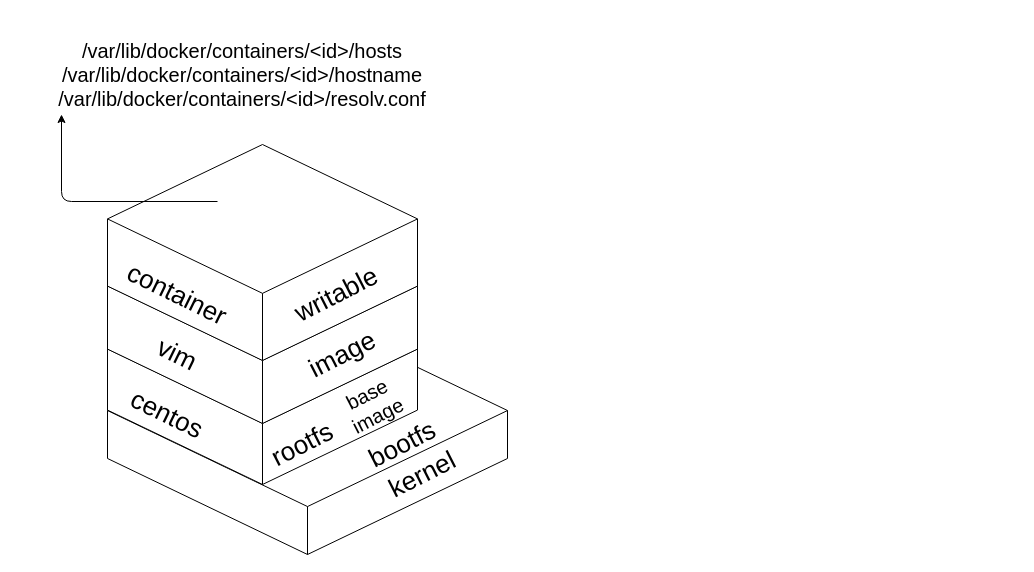
Above: flow chart/Untitled Diagram.drawio in BraveLoveEric/Docker-struct (draw.io), before the change. Source tidied: cells renumbered, new cells numbered last; positions are measured from the earlier drawing's top-left corner, leaving out a move shared by most shapes. Both pictures are drawn from the tidied source at 100%, with x=0, y=0 at pixel (17, 34).
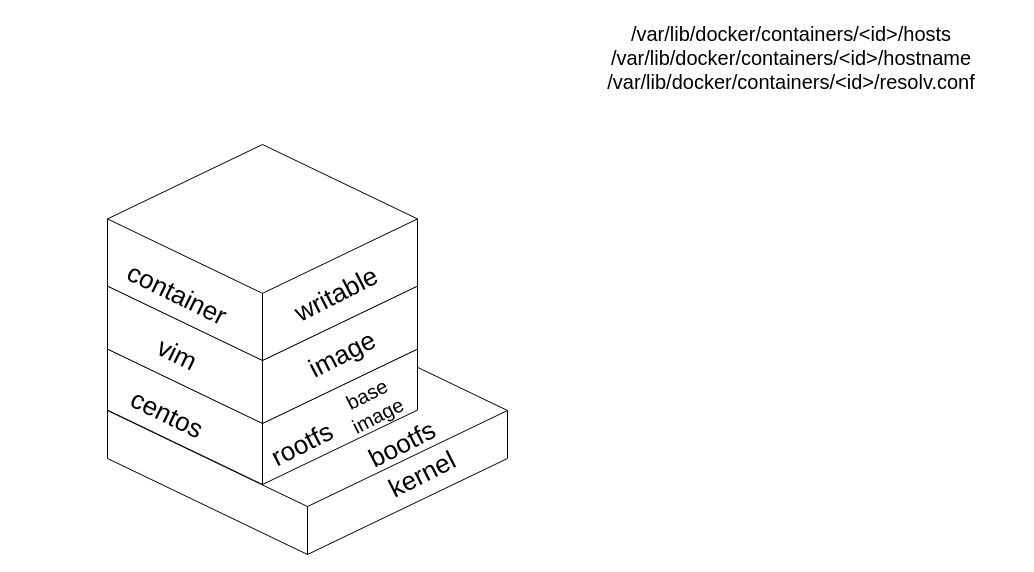
The same page after the edit.

What changed in the source:
```diff
@@
 <mxGraphModel>
   <root>
     <mxCell id="0" />
     <mxCell id="1" parent="0" />
     <mxCell id="2" style="whiteSpace=wrap;html=1;shape=mxgraph.basic.isocube;isoAngle=15;rotation=0;" parent="1" vertex="1">
       <mxGeometry x="90" y="280" width="400" height="240" as="geometry" />
     </mxCell>
     <mxCell id="3" style="whiteSpace=wrap;html=1;shape=mxgraph.basic.isocube;isoAngle=15;" parent="1" vertex="1">
       <mxGeometry x="90" y="240" width="310" height="210" as="geometry" />
     </mxCell>
     <mxCell id="4" value="kernel" style="text;html=1;strokeColor=none;fillColor=none;align=center;verticalAlign=middle;whiteSpace=wrap;rounded=0;rotation=333;fontSize=26;" parent="1" vertex="1">
       <mxGeometry x="370" y="430" width="70" height="20" as="geometry" />
     </mxCell>
     <mxCell id="5" value="bootfs" style="text;html=1;strokeColor=none;fillColor=none;align=center;verticalAlign=middle;whiteSpace=wrap;rounded=0;rotation=333;fontSize=26;" parent="1" vertex="1">
       <mxGeometry x="350" y="400" width="70" height="20" as="geometry" />
     </mxCell>
     <mxCell id="6" value="centos" style="text;html=1;strokeColor=none;fillColor=none;align=center;verticalAlign=middle;whiteSpace=wrap;rounded=0;fontSize=26;rotation=26;" parent="1" vertex="1">
       <mxGeometry x="110" y="370" width="80" height="20" as="geometry" />
     </mxCell>
     <mxCell id="7" style="whiteSpace=wrap;html=1;shape=mxgraph.basic.isocube;isoAngle=15;" parent="1" vertex="1">
       <mxGeometry x="90" y="177" width="310" height="212" as="geometry" />
     </mxCell>
     <mxCell id="8" style="whiteSpace=wrap;html=1;shape=mxgraph.basic.isocube;isoAngle=15;" parent="1" vertex="1">
       <mxGeometry x="90" y="110" width="310" height="216" as="geometry" />
     </mxCell>
     <mxCell id="9" value="vim" style="text;html=1;strokeColor=none;fillColor=none;align=center;verticalAlign=middle;whiteSpace=wrap;rounded=0;fontSize=26;rotation=26;" parent="1" vertex="1">
       <mxGeometry x="120" y="310" width="80" height="20" as="geometry" />
     </mxCell>
     <mxCell id="10" value="container" style="text;html=1;strokeColor=none;fillColor=none;align=center;verticalAlign=middle;whiteSpace=wrap;rounded=0;fontSize=26;rotation=26;" parent="1" vertex="1">
       <mxGeometry x="120" y="250" width="80" height="20" as="geometry" />
     </mxCell>
     <mxCell id="11" value="rootfs" style="text;html=1;strokeColor=none;fillColor=none;align=center;verticalAlign=middle;whiteSpace=wrap;rounded=0;rotation=333;fontSize=26;" parent="1" vertex="1">
       <mxGeometry x="250" y="400" width="70" height="20" as="geometry" />
     </mxCell>
     <mxCell id="12" value="image" style="text;html=1;strokeColor=none;fillColor=none;align=center;verticalAlign=middle;whiteSpace=wrap;rounded=0;rotation=333;fontSize=26;" parent="1" vertex="1">
       <mxGeometry x="290" y="310" width="70" height="20" as="geometry" />
     </mxCell>
     <mxCell id="13" value="writable" style="text;html=1;strokeColor=none;fillColor=none;align=center;verticalAlign=middle;whiteSpace=wrap;rounded=0;rotation=333;fontSize=26;" parent="1" vertex="1">
       <mxGeometry x="284" y="250" width="70" height="20" as="geometry" />
     </mxCell>
     <mxCell id="14" value="base image" style="text;html=1;strokeColor=none;fillColor=none;align=center;verticalAlign=middle;whiteSpace=wrap;rounded=0;rotation=333;fontSize=20;" parent="1" vertex="1">
       <mxGeometry x="320" y="360" width="70" height="20" as="geometry" />
     </mxCell>
-    <mxCell id="15" style="endArrow=classic;html=1;fontSize=20;" parent="1" edge="1">
-      <mxGeometry relative="1" as="geometry">
-        <mxPoint x="200" y="167" as="sourcePoint" />
-        <mxPoint x="44" y="80" as="targetPoint" />
-        <Array as="points">
-          <mxPoint x="44" y="167" />
-        </Array>
-      </mxGeometry>
-    </mxCell>
     <mxCell id="16" value="/var/lib/docker/containers/&amp;lt;id&amp;gt;/hosts&lt;br&gt;/var/lib/docker/containers/&amp;lt;id&amp;gt;/hostname&lt;br&gt;/var/lib/docker/containers/&amp;lt;id&amp;gt;/resolv.conf" style="text;html=1;strokeColor=none;fillColor=none;align=center;verticalAlign=middle;whiteSpace=wrap;rounded=0;fontSize=20;" parent="1" vertex="1">
-      <mxGeometry width="450" height="80" as="geometry" />
+      <mxGeometry x="549" y="-17" width="450" height="80" as="geometry" />
     </mxCell>
   </root>
 </mxGraphModel>
```
